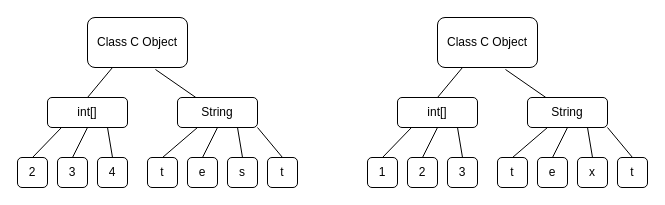
The draw.io diagram cs6367hw4.drawio in kntnguyen94/To-Do-List-Builder, before the edit. Source tidied: cells renumbered, new cells numbered last; positions are measured from the earlier drawing's top-left corner, leaving out a move shared by most shapes. Both pictures are drawn from the tidied source at 100%, with x=0, y=0 at pixel (17, 17).
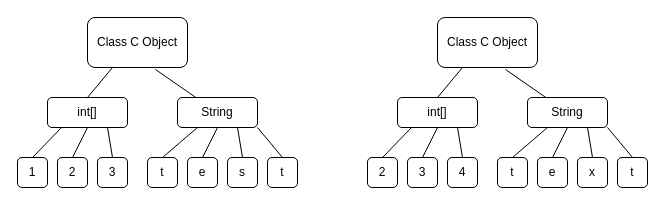
The same page after the edit.

What changed in the source:
```diff
@@
-    <mxCell id="9" value="2" style="rounded=1;whiteSpace=wrap;html=1;" parent="1" vertex="1">
+    <mxCell id="9" value="1" style="rounded=1;whiteSpace=wrap;html=1;" parent="1" vertex="1">
       <mxGeometry y="140" width="30" height="30" as="geometry" />
     </mxCell>
-    <mxCell id="10" value="3" style="rounded=1;whiteSpace=wrap;html=1;" parent="1" vertex="1">
+    <mxCell id="10" value="2" style="rounded=1;whiteSpace=wrap;html=1;" parent="1" vertex="1">
       <mxGeometry x="40" y="140" width="30" height="30" as="geometry" />
     </mxCell>
-    <mxCell id="11" value="4" style="rounded=1;whiteSpace=wrap;html=1;" parent="1" vertex="1">
+    <mxCell id="11" value="3" style="rounded=1;whiteSpace=wrap;html=1;" parent="1" vertex="1">
       <mxGeometry x="80" y="140" width="30" height="30" as="geometry" />
     </mxCell>
@@
-    <mxCell id="28" value="1" style="rounded=1;whiteSpace=wrap;html=1;" parent="1" vertex="1">
+    <mxCell id="28" value="2" style="rounded=1;whiteSpace=wrap;html=1;" parent="1" vertex="1">
       <mxGeometry x="350" y="140" width="30" height="30" as="geometry" />
     </mxCell>
-    <mxCell id="29" value="2" style="rounded=1;whiteSpace=wrap;html=1;" parent="1" vertex="1">
+    <mxCell id="29" value="3" style="rounded=1;whiteSpace=wrap;html=1;" parent="1" vertex="1">
       <mxGeometry x="390" y="140" width="30" height="30" as="geometry" />
     </mxCell>
-    <mxCell id="30" value="3" style="rounded=1;whiteSpace=wrap;html=1;" parent="1" vertex="1">
+    <mxCell id="30" value="4" style="rounded=1;whiteSpace=wrap;html=1;" parent="1" vertex="1">
       <mxGeometry x="430" y="140" width="30" height="30" as="geometry" />
     </mxCell>
```
